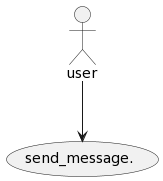
The PlantUML diagram uml_converter/app/templates/puml.png in ashwinkrishna979/uml_generator, before a commit. The source it was exported from:
```plantuml
@startuml
actor user as f0
usecase send_message. as u0
f0 --> u0
@enduml
```
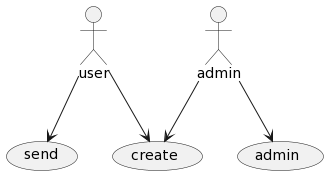
The same file after the commit.

What changed in the source:
```diff
@@ -1,5 +1,11 @@
 @startuml
 actor user as f0
-usecase send_message. as u0
-f0 --> u0
+actor admin as f1
+usecase admin as u0
+usecase send as u1
+usecase create as u2
+f0 --> u1
+f1 --> u2
+f0 --> u2
+f1 --> u0
 @enduml
```
